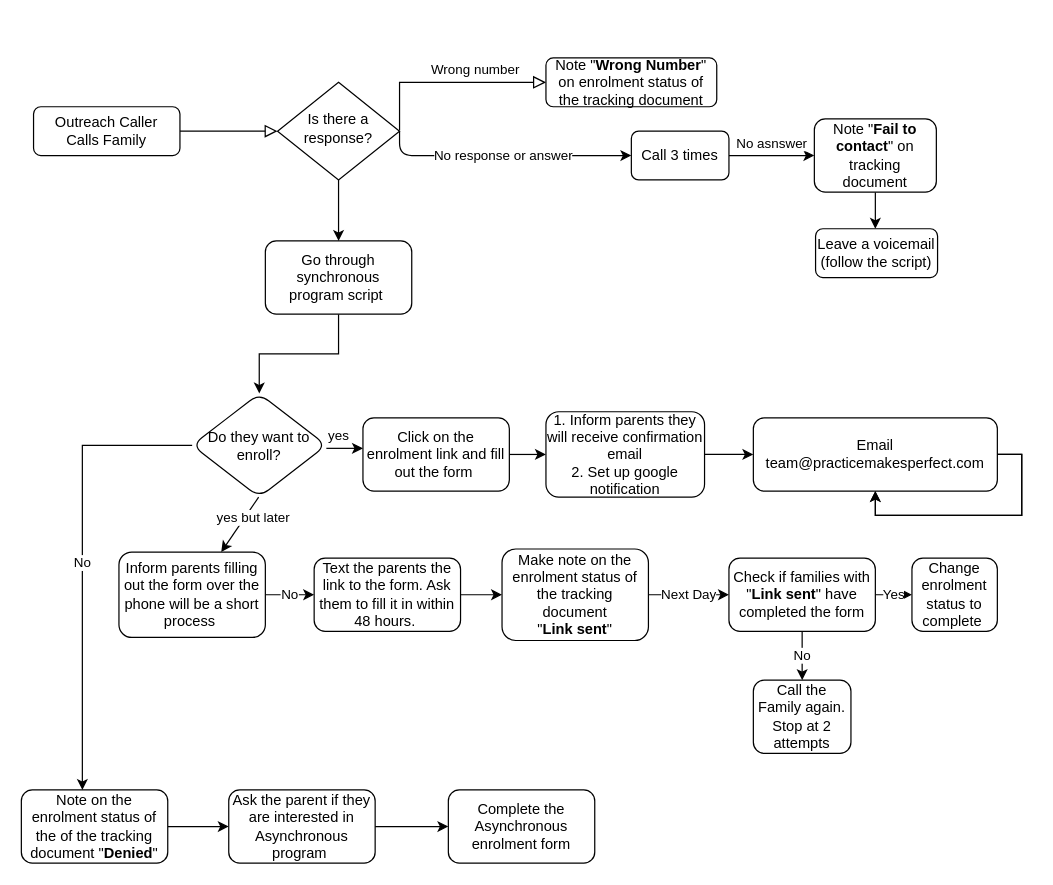
The draw.io diagram Outreach Caller Diagram.drawio in MatzKing/share-course, before the edit. Source tidied: cells renumbered, new cells numbered last; positions are measured from the earlier drawing's top-left corner, leaving out a move shared by most shapes. Both pictures are drawn from the tidied source at 122%, with x=0, y=0 at pixel (21, 57).
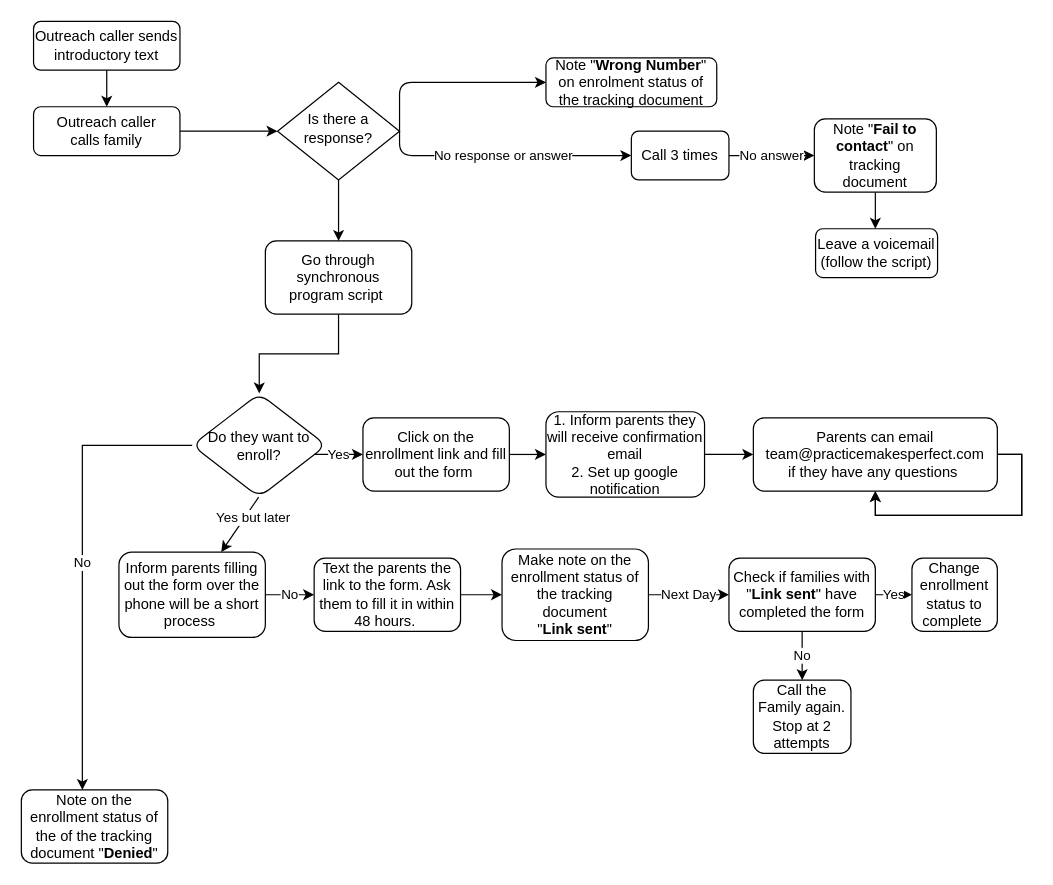
Above is the later version.

Unchanged cells that the change refers to:
```xml
<mxCell id="5" value="Is there a response?" style="rhombus;whiteSpace=wrap;html=1;shadow=0;fontFamily=Helvetica;fontSize=12;align=center;strokeWidth=1;spacing=6;spacingTop=-4;" parent="1" vertex="1">
  <mxGeometry x="210" y="20" width="100" height="80" as="geometry" />
</mxCell>
<mxCell id="7" value="Note &quot;&lt;b&gt;Wrong Number&lt;/b&gt;&quot; on enrolment status of the tracking document" style="rounded=1;whiteSpace=wrap;html=1;" parent="1" vertex="1">
  <mxGeometry x="430" width="140" height="40" as="geometry" />
</mxCell>
<mxCell id="10" value="Call 3 times" style="rounded=1;whiteSpace=wrap;html=1;" parent="1" vertex="1">
  <mxGeometry x="500" y="60" width="80" height="40" as="geometry" />
</mxCell>
<mxCell id="12" value="Note &quot;&lt;b&gt;Fail to contact&lt;/b&gt;&quot; on tracking document" style="rounded=1;whiteSpace=wrap;html=1;" parent="1" vertex="1">
  <mxGeometry x="650" y="50" width="100" height="60" as="geometry" />
</mxCell>
<mxCell id="28" value="Inform parents filling out the form over the phone will be a short process&amp;nbsp;&lt;br&gt;" style="rounded=1;whiteSpace=wrap;html=1;" parent="1" vertex="1">
  <mxGeometry x="80" y="405" width="120" height="70" as="geometry" />
</mxCell>
```

The edit, as a diff of the source:
```diff
@@
-    <mxCell id="2" style="rounded=0;html=1;jettySize=auto;fontSize=11;endArrow=block;endFill=0;endSize=8;strokeWidth=1;shadow=0;labelBackgroundColor=none;edgeStyle=orthogonalEdgeStyle;" parent="1" edge="1" source="3" target="5">
-      <mxGeometry relative="1" as="geometry" />
-    </mxCell>
-    <mxCell id="3" value="Outreach Caller&lt;br&gt;Calls Family" style="rounded=1;whiteSpace=wrap;html=1;fontSize=12;glass=0;strokeWidth=1;shadow=0;" parent="1" vertex="1">
+    <mxCell id="3" value="Outreach caller&lt;br&gt;calls family" style="rounded=1;whiteSpace=wrap;html=1;fontSize=12;glass=0;strokeWidth=1;shadow=0;" parent="1" vertex="1">
       <mxGeometry x="10" y="40" width="120" height="40" as="geometry" />
     </mxCell>
@@
-    <mxCell id="6" value="Wrong number" style="rounded=0;html=1;jettySize=auto;fontSize=11;endArrow=block;endFill=0;endSize=8;strokeWidth=1;shadow=0;labelBackgroundColor=none;edgeStyle=orthogonalEdgeStyle;entryX=0;entryY=0.5;entryDx=0;entryDy=0;" parent="1" edge="1" target="7">
-      <mxGeometry x="0.25" y="10" relative="1" as="geometry">
-        <mxPoint x="310" y="59.5" as="sourcePoint" />
-        <Array as="points">
-          <mxPoint x="310" y="20" />
-        </Array>
-        <mxPoint x="1" as="offset" />
-      </mxGeometry>
-    </mxCell>
@@
-    <mxCell id="9" value="No asnswer" style="edgeStyle=orthogonalEdgeStyle;rounded=0;jettySize=auto;html=1;" parent="1" edge="1" source="10" target="12">
-      <mxGeometry y="10" relative="1" as="geometry" />
-    </mxCell>
@@
-    <mxCell id="18" value="yes" style="endArrow=classic;html=1;" parent="1" edge="1">
-      <mxGeometry x="-0.33" y="10" relative="1" as="geometry">
-        <mxPoint x="250" y="320" as="sourcePoint" />
-        <mxPoint x="280" y="320" as="targetPoint" />
-      </mxGeometry>
-    </mxCell>
@@
-    <mxCell id="20" value="Click on the enrolment link and fill out the form&amp;nbsp;" style="rounded=1;whiteSpace=wrap;html=1;" parent="1" vertex="1">
+    <mxCell id="20" value="Click on the enrollment link and fill out the form&amp;nbsp;" style="rounded=1;whiteSpace=wrap;html=1;" parent="1" vertex="1">
       <mxGeometry x="280" y="295" width="120" height="60" as="geometry" />
     </mxCell>
@@
-    <mxCell id="23" value="Email team@practicemakesperfect.com" style="whiteSpace=wrap;html=1;rounded=1;" parent="1" vertex="1">
+    <mxCell id="23" value="Parents can email team@practicemakesperfect.com&lt;br&gt;if they have any questions&amp;nbsp;" style="whiteSpace=wrap;html=1;rounded=1;" parent="1" vertex="1">
       <mxGeometry x="600" y="295" width="200" height="60" as="geometry" />
     </mxCell>
@@
-    <mxCell id="26" value="yes but later" style="endArrow=classic;html=1;" parent="1" edge="1" target="28">
+    <mxCell id="26" value="Yes but later" style="endArrow=classic;html=1;" parent="1" edge="1" target="28">
       <mxGeometry x="-0.43" y="6" relative="1" as="geometry">
         <mxPoint x="194.5" y="360" as="sourcePoint" />
       </mxGeometry>
     </mxCell>
@@
-    <mxCell id="32" value="Make note on the enrolment status of the tracking document&lt;br&gt;&quot;&lt;b&gt;Link sent&lt;/b&gt;&quot;" style="whiteSpace=wrap;html=1;rounded=1;" parent="1" vertex="1">
+    <mxCell id="32" value="Make note on the enrollment status of the tracking document&lt;br&gt;&quot;&lt;b&gt;Link sent&lt;/b&gt;&quot;" style="whiteSpace=wrap;html=1;rounded=1;" parent="1" vertex="1">
       <mxGeometry x="394" y="402.5" width="120" height="75" as="geometry" />
     </mxCell>
@@
-    <mxCell id="36" value="Change enrolment status to complete&amp;nbsp;" style="rounded=1;whiteSpace=wrap;html=1;" parent="1" vertex="1">
+    <mxCell id="36" value="Change enrollment status to complete&amp;nbsp;" style="rounded=1;whiteSpace=wrap;html=1;" parent="1" vertex="1">
       <mxGeometry x="730" y="410" width="70" height="60" as="geometry" />
     </mxCell>
@@
-    <mxCell id="38" style="edgeStyle=orthogonalEdgeStyle;rounded=0;jettySize=auto;html=1;" parent="1" edge="1" source="39" target="40">
-      <mxGeometry relative="1" as="geometry" />
-    </mxCell>
-    <mxCell id="39" value="Note on the enrolment status of the of the tracking document &quot;&lt;b&gt;Denied&lt;/b&gt;&quot;" style="whiteSpace=wrap;html=1;rounded=1;" parent="1" vertex="1">
+    <mxCell id="39" value="Note on the enrollment status of the of the tracking document &quot;&lt;b&gt;Denied&lt;/b&gt;&quot;" style="whiteSpace=wrap;html=1;rounded=1;" parent="1" vertex="1">
       <mxGeometry y="600" width="120" height="60" as="geometry" />
     </mxCell>
-    <mxCell id="40" value="Ask the parent if they are interested in Asynchronous program&amp;nbsp;" style="whiteSpace=wrap;html=1;rounded=1;" parent="1" vertex="1">
-      <mxGeometry x="170" y="600" width="120" height="60" as="geometry" />
-    </mxCell>
-    <mxCell id="41" style="endArrow=classic;html=1;" parent="1" edge="1" target="42">
-      <mxGeometry relative="1" as="geometry">
-        <mxPoint x="290" y="630" as="sourcePoint" />
-      </mxGeometry>
-    </mxCell>
-    <mxCell id="42" value="Complete the Asynchronous enrolment form" style="rounded=1;whiteSpace=wrap;html=1;" parent="1" vertex="1">
-      <mxGeometry x="350" y="600" width="120" height="60" as="geometry" />
-    </mxCell>
+    <mxCell id="43" value="Outreach caller sends introductory text" style="rounded=1;whiteSpace=wrap;html=1;" parent="1" vertex="1">
+      <mxGeometry x="10" y="-30" width="120" height="40" as="geometry" />
+    </mxCell>
+    <mxCell id="44" style="endArrow=classic;html=1;entryX=0.5;entryY=0;entryDx=0;entryDy=0;" parent="1" edge="1" target="3">
+      <mxGeometry relative="1" as="geometry">
+        <mxPoint x="70" y="10" as="sourcePoint" />
+      </mxGeometry>
+    </mxCell>
+    <mxCell id="45" style="endArrow=classic;html=1;entryX=0;entryY=0.5;entryDx=0;entryDy=0;exitX=1;exitY=0.5;exitDx=0;exitDy=0;" parent="1" edge="1" source="5" target="7">
+      <mxGeometry relative="1" as="geometry">
+        <Array as="points">
+          <mxPoint x="310" y="20" />
+          <mxPoint x="400" y="20" />
+        </Array>
+      </mxGeometry>
+    </mxCell>
+    <mxCell id="46" value="No answer" style="endArrow=classic;html=1;entryX=0;entryY=0.5;entryDx=0;entryDy=0;" parent="1" edge="1" target="12">
+      <mxGeometry relative="1" as="geometry">
+        <mxPoint x="580" y="80" as="sourcePoint" />
+      </mxGeometry>
+    </mxCell>
+    <mxCell id="47" style="endArrow=classic;html=1;entryX=0;entryY=0.5;entryDx=0;entryDy=0;" parent="1" edge="1" target="5">
+      <mxGeometry relative="1" as="geometry">
+        <mxPoint x="130" y="60" as="sourcePoint" />
+      </mxGeometry>
+    </mxCell>
+    <mxCell id="48" value="Yes" style="endArrow=classic;html=1;entryX=0;entryY=0.5;entryDx=0;entryDy=0;" parent="1" edge="1" target="20">
+      <mxGeometry relative="1" as="geometry">
+        <mxPoint x="240" y="325" as="sourcePoint" />
+      </mxGeometry>
+    </mxCell>
```
